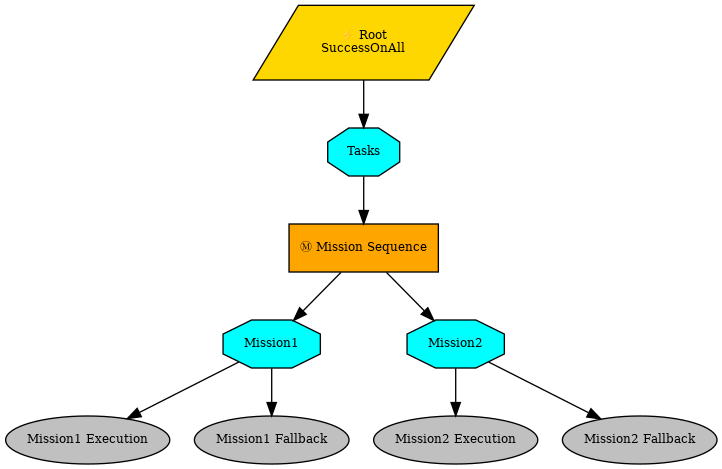
AMV-UI/KKI-25 keeps this Graphviz diagram as root.png. Above is the earlier version. Its source is kept beside it as root.dot.
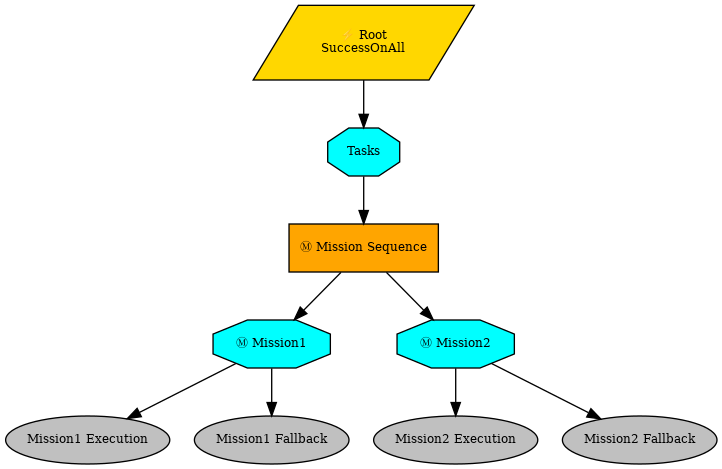
After the change.

Commit message:
checkpoint: fix mission 1

The edit, as a diff of the source:
```diff
@@ -8,13 +8,13 @@
 Root -> Tasks;
 "Mission Sequence" [fillcolor=orange, fontcolor=black, fontsize=9, label="Ⓜ Mission Sequence", shape=box, style=filled];
 Tasks -> "Mission Sequence";
-Mission1 [fillcolor=cyan, fontcolor=black, fontsize=9, label=Mission1, shape=octagon, style=filled];
+Mission1 [fillcolor=cyan, fontcolor=black, fontsize=9, label="Ⓜ Mission1", shape=octagon, style=filled];
 "Mission Sequence" -> Mission1;
 "Mission1 Execution" [fillcolor=gray, fontcolor=black, fontsize=9, label="Mission1 Execution", shape=ellipse, style=filled];
 Mission1 -> "Mission1 Execution";
 "Mission1 Fallback" [fillcolor=gray, fontcolor=black, fontsize=9, label="Mission1 Fallback", shape=ellipse, style=filled];
 Mission1 -> "Mission1 Fallback";
-Mission2 [fillcolor=cyan, fontcolor=black, fontsize=9, label=Mission2, shape=octagon, style=filled];
+Mission2 [fillcolor=cyan, fontcolor=black, fontsize=9, label="Ⓜ Mission2", shape=octagon, style=filled];
 "Mission Sequence" -> Mission2;
 "Mission2 Execution" [fillcolor=gray, fontcolor=black, fontsize=9, label="Mission2 Execution", shape=ellipse, style=filled];
 Mission2 -> "Mission2 Execution";
```
